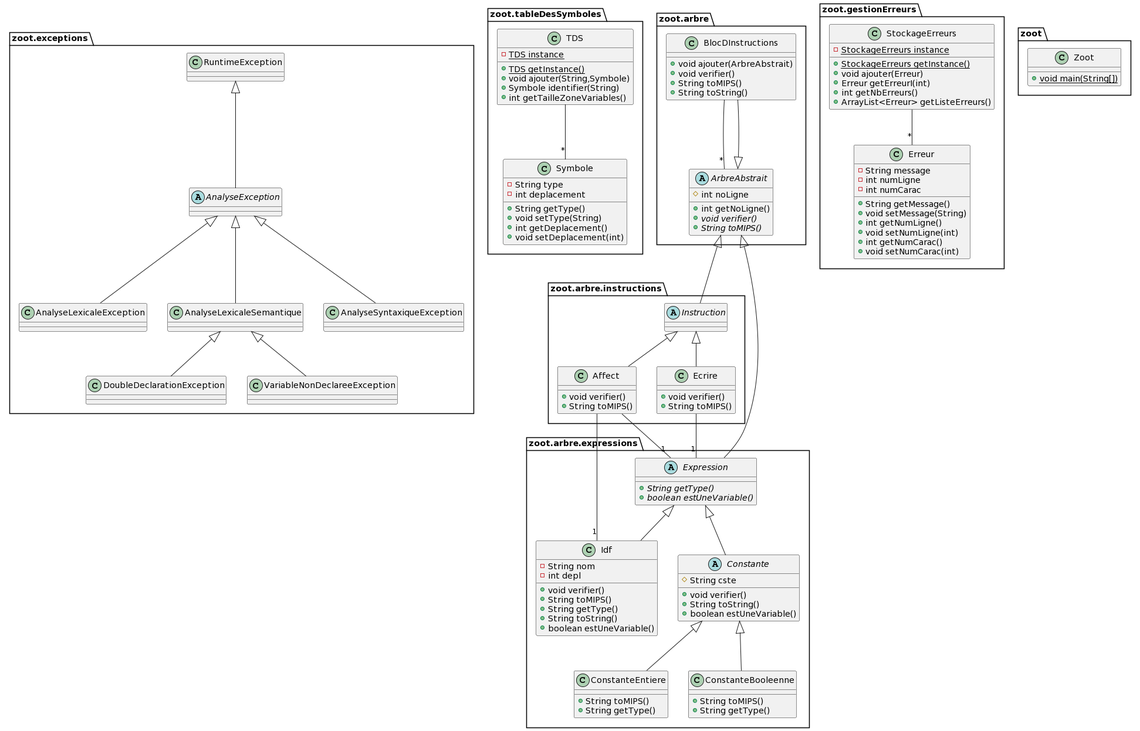
The PlantUML diagram UML/diagrammeUML.png in PerryPerrz/Zoot, before a commit.
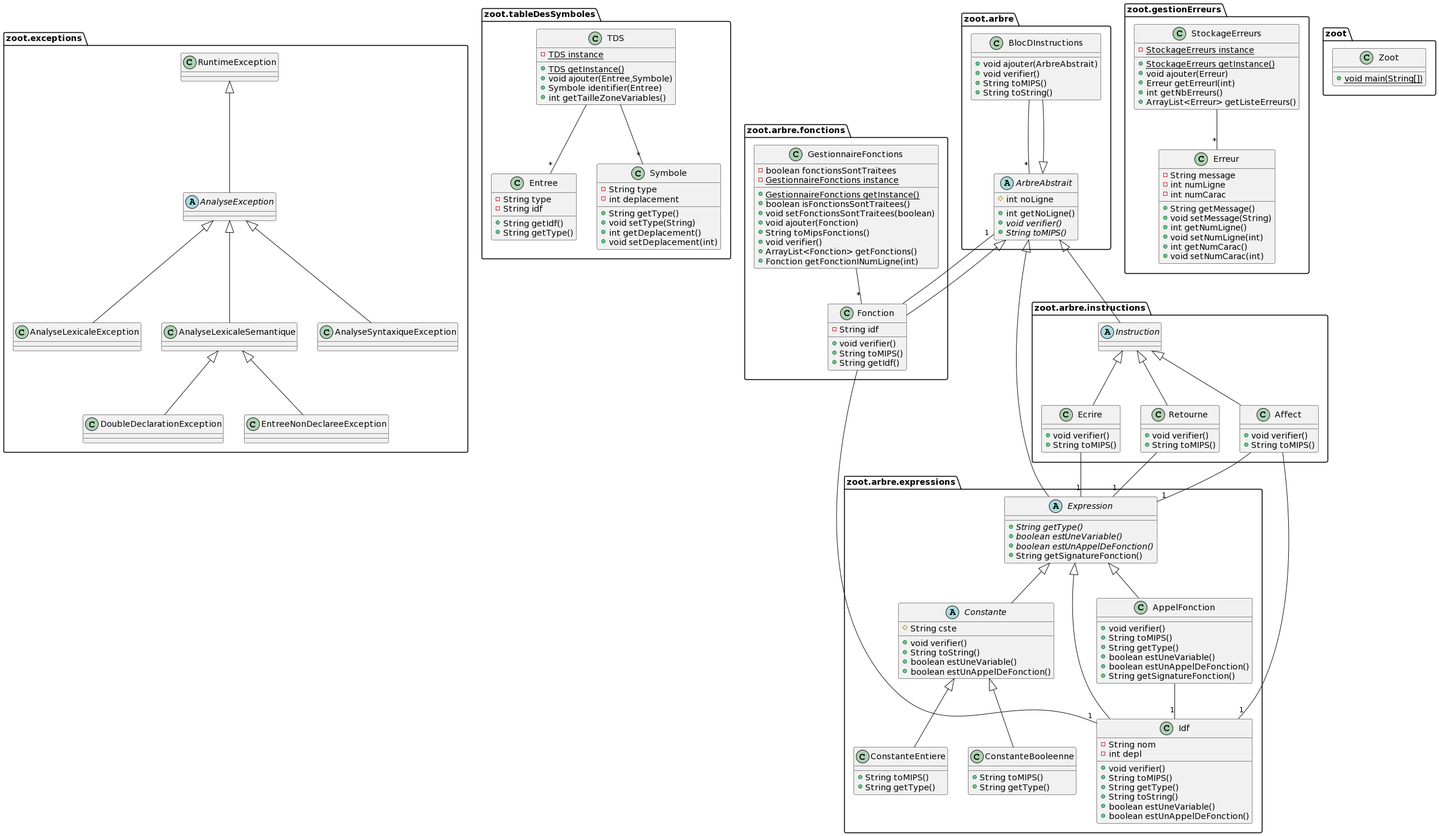
The same diagram one commit later.

Change to the diagram source:
```diff
@@ -4,10 +4,20 @@
 class zoot.tableDesSymboles.TDS {
 - {static} TDS instance
 + {static} TDS getInstance()
-+ void ajouter(String,Symbole)
-+ Symbole identifier(String)
++ void ajouter(Entree,Symbole)
++ Symbole identifier(Entree)
 + int getTailleZoneVariables()
 }
+class zoot.arbre.expressions.AppelFonction {
++ void verifier()
++ String toMIPS()
++ String getType()
++ boolean estUneVariable()
++ boolean estUnAppelDeFonction()
++ String getSignatureFonction()
+}
+zoot.arbre.expressions.AppelFonction -- "1" zoot.arbre.expressions.Idf
+
 class zoot.exceptions.DoubleDeclarationException {
 }
 class zoot.arbre.BlocDInstructions {
@@ -18,11 +28,20 @@
 }
 class zoot.exceptions.AnalyseLexicaleSemantique {
 }
+class zoot.tableDesSymboles.Entree {
+- String type
+- String idf
++ String getIdf()
++ String getType()
+}
+
 abstract class zoot.arbre.instructions.Instruction {
 }
 class zoot.arbre.expressions.ConstanteEntiere {
 + String toMIPS()
 + String getType()
+}
+class zoot.exceptions.EntreeNonDeclareeException {
 }
 class zoot.exceptions.AnalyseSyntaxiqueException {
 }
@@ -33,8 +52,8 @@
 abstract class zoot.arbre.expressions.Expression {
 + {abstract}String getType()
 + {abstract}boolean estUneVariable()
-}
-class zoot.exceptions.VariableNonDeclareeException {
++ {abstract}boolean estUnAppelDeFonction()
++ String getSignatureFonction()
 }
 class zoot.arbre.instructions.Ecrire {
 + void verifier()
@@ -59,13 +78,36 @@
 + String getType()
 + String toString()
 + boolean estUneVariable()
++ boolean estUnAppelDeFonction()
 }
+class zoot.arbre.fonctions.Fonction {
+- String idf
++ void verifier()
++ String toMIPS()
++ String getIdf()
+}
+
+
 abstract class zoot.arbre.expressions.Constante {
 # String cste
 + void verifier()
 + String toString()
 + boolean estUneVariable()
++ boolean estUnAppelDeFonction()
 }
+class zoot.arbre.fonctions.GestionnaireFonctions {
+- boolean fonctionsSontTraitees
+- {static} GestionnaireFonctions instance
++ {static} GestionnaireFonctions getInstance()
++ boolean isFonctionsSontTraitees()
++ void setFonctionsSontTraitees(boolean)
++ void ajouter(Fonction)
++ String toMipsFonctions()
++ void verifier()
++ ArrayList<Fonction> getFonctions()
++ Fonction getFonctionINumLigne(int)
+}
+
 class zoot.Zoot {
 + {static} void main(String[])
 }
@@ -79,6 +121,12 @@
 + String toMIPS()
 + String getType()
 }
+class zoot.arbre.instructions.Retourne {
++ void verifier()
++ String toMIPS()
+}
+zoot.arbre.instructions.Retourne -- "1" zoot.arbre.expressions.Expression
+
 class zoot.gestionErreurs.StockageErreurs {
 - {static} StockageErreurs instance
 + {static} StockageErreurs getInstance()
@@ -98,25 +146,32 @@
 abstract class zoot.exceptions.AnalyseException {
 }
 
+zoot.arbre.fonctions.Fonction-- "1" zoot.arbre.ArbreAbstrait
+zoot.arbre.fonctions.Fonction-- "1" zoot.arbre.expressions.Idf
+zoot.arbre.fonctions.GestionnaireFonctions-- "*" zoot.arbre.fonctions.Fonction
 zoot.gestionErreurs.StockageErreurs -- "*" zoot.gestionErreurs.Erreur
 zoot.arbre.instructions.Ecrire -- "1" zoot.arbre.expressions.Expression
 zoot.arbre.instructions.Affect -- "1" zoot.arbre.expressions.Expression
 zoot.arbre.instructions.Affect -- "1" zoot.arbre.expressions.Idf
 zoot.tableDesSymboles.TDS -- "*" zoot.tableDesSymboles.Symbole
+zoot.tableDesSymboles.TDS -- "*" zoot.tableDesSymboles.Entree
 zoot.arbre.BlocDInstructions -- "*" zoot.arbre.ArbreAbstrait
 zoot.exceptions.AnalyseException <|-- zoot.exceptions.AnalyseLexicaleException
+zoot.arbre.expressions.Expression <|-- zoot.arbre.expressions.AppelFonction
 zoot.exceptions.AnalyseLexicaleSemantique <|-- zoot.exceptions.DoubleDeclarationException
 zoot.arbre.ArbreAbstrait <|-- zoot.arbre.BlocDInstructions
 zoot.exceptions.AnalyseException <|-- zoot.exceptions.AnalyseLexicaleSemantique
 zoot.arbre.ArbreAbstrait <|-- zoot.arbre.instructions.Instruction
 zoot.arbre.expressions.Constante <|-- zoot.arbre.expressions.ConstanteEntiere
+zoot.exceptions.AnalyseLexicaleSemantique <|-- zoot.exceptions.EntreeNonDeclareeException
 zoot.exceptions.AnalyseException <|-- zoot.exceptions.AnalyseSyntaxiqueException
 zoot.arbre.instructions.Instruction <|-- zoot.arbre.instructions.Affect
 zoot.arbre.ArbreAbstrait <|-- zoot.arbre.expressions.Expression
-zoot.exceptions.AnalyseLexicaleSemantique <|-- zoot.exceptions.VariableNonDeclareeException
 zoot.arbre.instructions.Instruction <|-- zoot.arbre.instructions.Ecrire
 zoot.arbre.expressions.Expression <|-- zoot.arbre.expressions.Idf
+zoot.arbre.ArbreAbstrait <|-- zoot.arbre.fonctions.Fonction
 zoot.arbre.expressions.Expression <|-- zoot.arbre.expressions.Constante
 zoot.arbre.expressions.Constante <|-- zoot.arbre.expressions.ConstanteBooleenne
+zoot.arbre.instructions.Instruction <|-- zoot.arbre.instructions.Retourne
 zoot.exceptions.RuntimeException <|-- zoot.exceptions.AnalyseException
 @enduml
```
